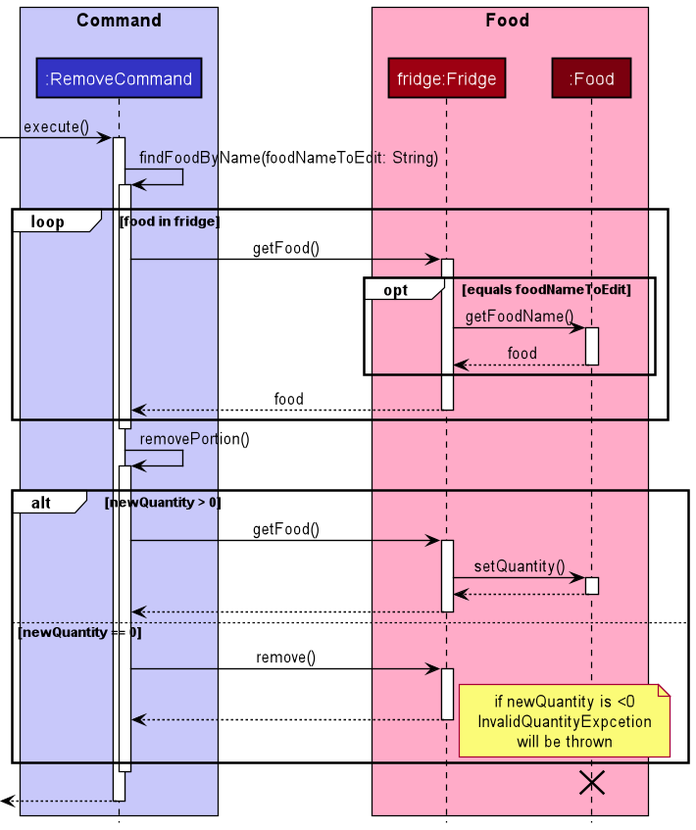
Above: docs/diagrams/diagram_images/RemoveSequenceDiagram.png in nus-cs2113-AY2021S2/tp (PlantUML), before the change.
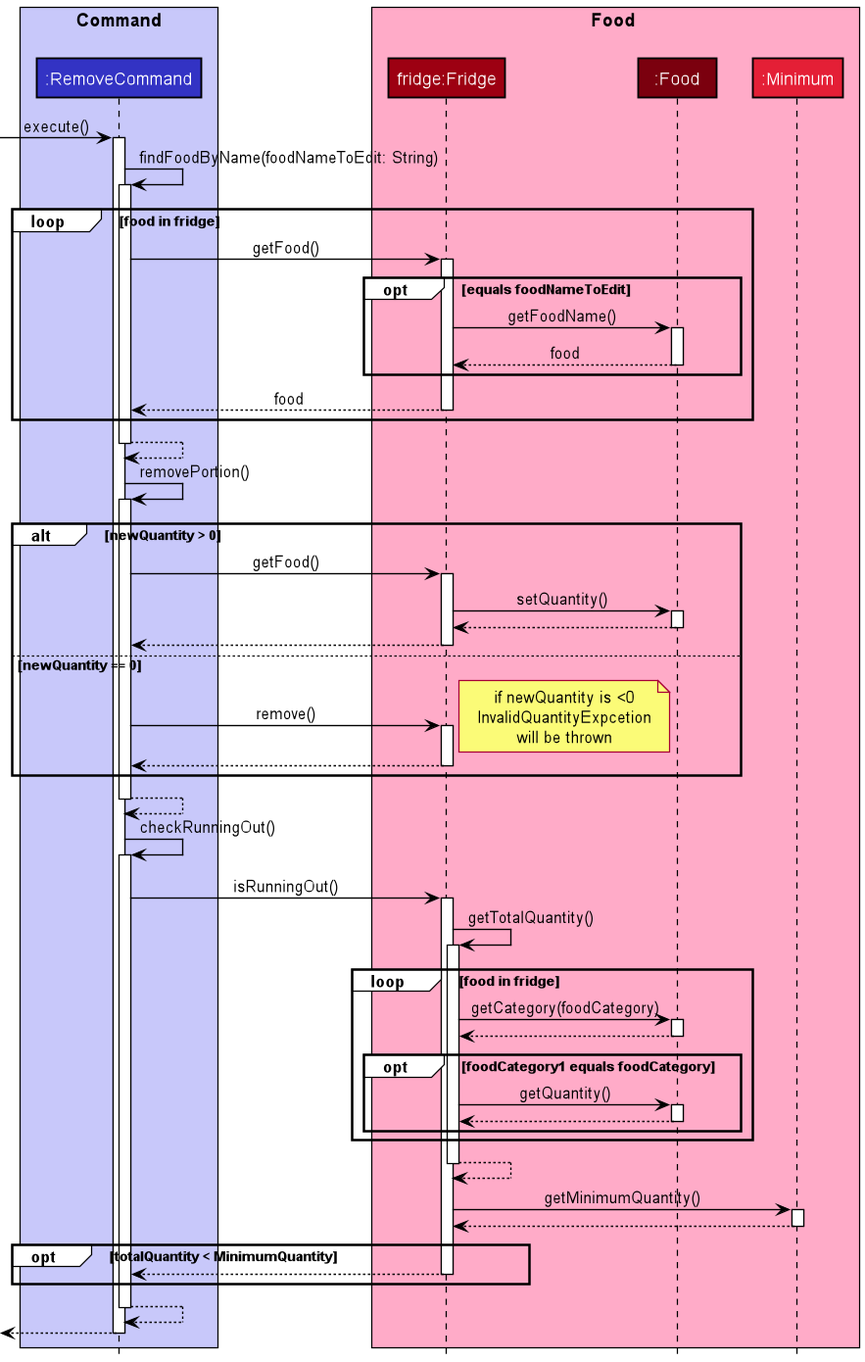
After the change.

The edit, as a diff of the source:
```diff
@@ -1,4 +1,4 @@
-@startuml
+@startuml RemoveSequenceDiagram
 !include style.puml
 
 box "Command\n" COMMAND_COLOR_T1
@@ -8,7 +8,10 @@
 box Food FOOD_COLOR_T1
 participant "fridge:Fridge" as Fridge FOOD_COLOR
 participant ":Food" as Food FOOD_COLOR_T3
+participant ":Minimum" as Minimum FOOD_COLOR_T2
 end box
+
+
 
 -> RemoveCommand: execute()
 activate RemoveCommand
@@ -26,10 +29,10 @@
     end
     return food
 end
+return
 
-deactivate RemoveCommand
 RemoveCommand -> RemoveCommand: removePortion()
-    activate RemoveCommand
+activate RemoveCommand
 
 alt newQuantity > 0
     RemoveCommand -> Fridge: getFood()
@@ -38,22 +41,43 @@
     activate Food
     return
     return
-    deactivate Fridge
+
 else newQuantity == 0
     RemoveCommand -> Fridge: remove()
     activate Fridge
-    return
-    deactivate Fridge
     note right
     if newQuantity is <0
     InvalidQuantityExpcetion
     will be thrown
     end note
+    return
 end
+return
 
-deactivate RemoveCommand
-destroy Food
-<-- RemoveCommand:
-deactivate RemoveCommand
+RemoveCommand -> RemoveCommand: checkRunningOut()
+activate RemoveCommand
+RemoveCommand -> Fridge: isRunningOut()
+activate Fridge
+Fridge -> Fridge: getTotalQuantity()
+activate Fridge
+loop food in fridge
+    Fridge -> Food: getCategory(foodCategory)
+    activate Food
+    return
+    opt foodCategory1 equals foodCategory
+        Fridge -> Food: getQuantity()
+        activate Food
+        return
+    end
+end
+return
+Fridge -> Minimum: getMinimumQuantity()
+activate Minimum
+return
+opt totalQuantity < MinimumQuantity
+    return
+end
+return
+return
 
 @enduml
```
